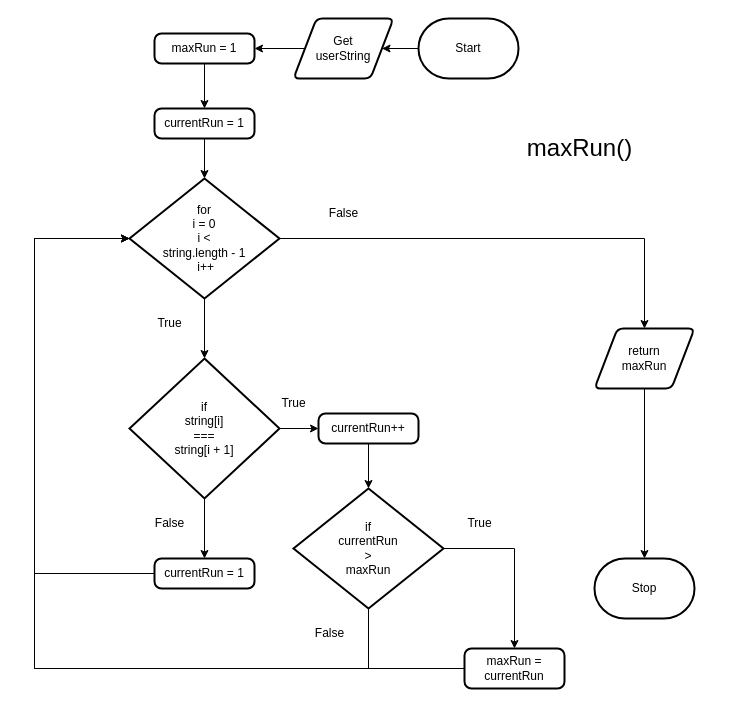
Above: design/flowchart.drawio in Curtis-Edwards/ICS4U-Assignment-2-Typescript (draw.io), before the change. Source tidied: cells renumbered, new cells numbered last; positions are measured from the earlier drawing's top-left corner, leaving out a move shared by most shapes. Both pictures are drawn from the tidied source at 100%, with x=0, y=0 at pixel (34, 18).
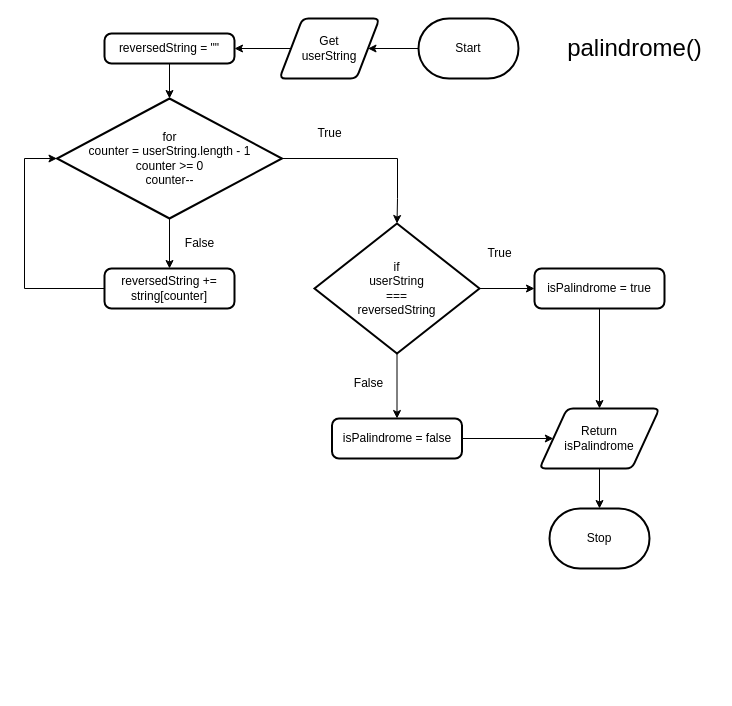
The same diagram, later.

What changed in the source:
```diff
@@
-    <mxCell id="4" value="Stop" style="strokeWidth=2;html=1;shape=mxgraph.flowchart.terminator;whiteSpace=wrap;" parent="1" vertex="1">
-      <mxGeometry x="560" y="540" width="100" height="60" as="geometry" />
-    </mxCell>
-    <mxCell id="5" style="edgeStyle=none;html=1;entryX=0.5;entryY=0;entryDx=0;entryDy=0;entryPerimeter=0;" parent="1" edge="1" source="7" target="14">
-      <mxGeometry relative="1" as="geometry" />
-    </mxCell>
-    <mxCell id="6" style="edgeStyle=orthogonalEdgeStyle;rounded=0;html=1;entryX=0.5;entryY=0;entryDx=0;entryDy=0;" parent="1" edge="1" source="7" target="25">
-      <mxGeometry relative="1" as="geometry" />
-    </mxCell>
+    <mxCell id="35" style="edgeStyle=orthogonalEdgeStyle;rounded=0;html=1;entryX=0.5;entryY=0;entryDx=0;entryDy=0;" parent="1" edge="1" source="7" target="38">
+      <mxGeometry relative="1" as="geometry" />
+    </mxCell>
+    <mxCell id="36" style="edgeStyle=orthogonalEdgeStyle;rounded=0;html=1;entryX=0.5;entryY=0;entryDx=0;entryDy=0;entryPerimeter=0;" parent="1" edge="1" source="7" target="43">
+      <mxGeometry relative="1" as="geometry">
+        <Array as="points">
+          <mxPoint x="363" y="140" />
+          <mxPoint x="363" y="180" />
+        </Array>
+      </mxGeometry>
+    </mxCell>
-    <mxCell id="7" value="for&lt;br&gt;i = 0&lt;br&gt;i &amp;lt; &lt;br&gt;string.length - 1&lt;br&gt;&amp;nbsp;i++" style="strokeWidth=2;html=1;shape=mxgraph.flowchart.decision;whiteSpace=wrap;" parent="1" vertex="1">
-      <mxGeometry x="95" y="160" width="150" height="120" as="geometry" />
+    <mxCell id="7" value="for&lt;br&gt;counter = userString.length - 1&lt;br&gt;counter &amp;gt;= 0&lt;br&gt;counter--" style="strokeWidth=2;html=1;shape=mxgraph.flowchart.decision;whiteSpace=wrap;" parent="1" vertex="1">
+      <mxGeometry x="22.5" y="80" width="225" height="120" as="geometry" />
     </mxCell>
-    <mxCell id="8" style="edgeStyle=none;html=1;" parent="1" edge="1" source="9" target="11">
-      <mxGeometry relative="1" as="geometry" />
-    </mxCell>
-    <mxCell id="9" value="maxRun = 1" style="rounded=1;whiteSpace=wrap;html=1;absoluteArcSize=1;arcSize=14;strokeWidth=2;" parent="1" vertex="1">
-      <mxGeometry x="120" y="15" width="100" height="30" as="geometry" />
-    </mxCell>
-    <mxCell id="10" style="edgeStyle=none;html=1;entryX=0.5;entryY=0;entryDx=0;entryDy=0;entryPerimeter=0;" parent="1" edge="1" source="11" target="7">
-      <mxGeometry relative="1" as="geometry" />
-    </mxCell>
+    <mxCell id="33" style="edgeStyle=orthogonalEdgeStyle;html=1;entryX=0.5;entryY=0;entryDx=0;entryDy=0;entryPerimeter=0;rounded=0;" parent="1" edge="1" source="11" target="7">
+      <mxGeometry relative="1" as="geometry" />
+    </mxCell>
-    <mxCell id="11" value="currentRun = 1" style="rounded=1;whiteSpace=wrap;html=1;absoluteArcSize=1;arcSize=14;strokeWidth=2;" parent="1" vertex="1">
-      <mxGeometry x="120" y="90" width="100" height="30" as="geometry" />
+    <mxCell id="11" value="&lt;div&gt;reversedString = &quot;&quot;&lt;/div&gt;" style="rounded=1;whiteSpace=wrap;html=1;absoluteArcSize=1;arcSize=14;strokeWidth=2;" parent="1" vertex="1">
+      <mxGeometry x="70" y="15" width="130" height="30" as="geometry" />
     </mxCell>
-    <mxCell id="12" style="edgeStyle=none;html=1;entryX=0;entryY=0.5;entryDx=0;entryDy=0;" parent="1" edge="1" source="14" target="18">
-      <mxGeometry relative="1" as="geometry" />
-    </mxCell>
-    <mxCell id="13" style="edgeStyle=orthogonalEdgeStyle;rounded=0;html=1;entryX=0.5;entryY=0;entryDx=0;entryDy=0;fontSize=24;" parent="1" edge="1" source="14" target="34">
-      <mxGeometry relative="1" as="geometry" />
-    </mxCell>
-    <mxCell id="14" value="if&lt;br&gt;string[i]&lt;br&gt;=== &lt;br&gt;string[i + 1]" style="strokeWidth=2;html=1;shape=mxgraph.flowchart.decision;whiteSpace=wrap;" parent="1" vertex="1">
-      <mxGeometry x="95" y="340" width="150" height="140" as="geometry" />
-    </mxCell>
-    <mxCell id="15" value="True" style="text;html=1;align=center;verticalAlign=middle;strokeColor=none;fillColor=none;" parent="1" vertex="1">
-      <mxGeometry x="110" y="290" width="50" height="30" as="geometry" />
-    </mxCell>
-    <mxCell id="16" value="False" style="text;html=1;align=center;verticalAlign=middle;strokeColor=none;fillColor=none;" parent="1" vertex="1">
-      <mxGeometry x="284" y="180" width="50" height="30" as="geometry" />
-    </mxCell>
-    <mxCell id="17" style="edgeStyle=none;html=1;entryX=0.5;entryY=0;entryDx=0;entryDy=0;entryPerimeter=0;" parent="1" edge="1" source="18" target="21">
-      <mxGeometry relative="1" as="geometry" />
-    </mxCell>
-    <mxCell id="18" value="currentRun++" style="rounded=1;whiteSpace=wrap;html=1;absoluteArcSize=1;arcSize=14;strokeWidth=2;" parent="1" vertex="1">
-      <mxGeometry x="284" y="395" width="100" height="30" as="geometry" />
-    </mxCell>
-    <mxCell id="19" style="edgeStyle=orthogonalEdgeStyle;html=1;entryX=0.5;entryY=0;entryDx=0;entryDy=0;rounded=0;" parent="1" edge="1" source="21" target="23">
-      <mxGeometry relative="1" as="geometry" />
-    </mxCell>
-    <mxCell id="20" style="edgeStyle=orthogonalEdgeStyle;rounded=0;html=1;entryX=0;entryY=0.5;entryDx=0;entryDy=0;entryPerimeter=0;" parent="1" edge="1" source="21" target="7">
-      <mxGeometry relative="1" as="geometry">
-        <Array as="points">
-          <mxPoint x="334" y="650" />
-          <mxPoint y="650" />
-          <mxPoint y="220" />
-        </Array>
-      </mxGeometry>
-    </mxCell>
-    <mxCell id="21" value="if&lt;br&gt;currentRun&lt;br&gt;&amp;gt;&lt;br&gt;maxRun" style="strokeWidth=2;html=1;shape=mxgraph.flowchart.decision;whiteSpace=wrap;" parent="1" vertex="1">
-      <mxGeometry x="259" y="470" width="150" height="120" as="geometry" />
-    </mxCell>
-    <mxCell id="22" style="edgeStyle=orthogonalEdgeStyle;rounded=0;html=1;entryX=0;entryY=0.5;entryDx=0;entryDy=0;entryPerimeter=0;" parent="1" edge="1" source="23" target="7">
-      <mxGeometry relative="1" as="geometry">
-        <Array as="points">
-          <mxPoint y="650" />
-          <mxPoint y="220" />
-        </Array>
-      </mxGeometry>
-    </mxCell>
-    <mxCell id="23" value="maxRun = currentRun" style="rounded=1;whiteSpace=wrap;html=1;absoluteArcSize=1;arcSize=14;strokeWidth=2;" parent="1" vertex="1">
-      <mxGeometry x="430" y="630" width="100" height="40" as="geometry" />
-    </mxCell>
-    <mxCell id="24" style="edgeStyle=orthogonalEdgeStyle;rounded=0;html=1;entryX=0.5;entryY=0;entryDx=0;entryDy=0;entryPerimeter=0;" parent="1" edge="1" source="25" target="4">
-      <mxGeometry relative="1" as="geometry" />
-    </mxCell>
-    <mxCell id="25" value="return&lt;br&gt;maxRun" style="shape=parallelogram;html=1;strokeWidth=2;perimeter=parallelogramPerimeter;whiteSpace=wrap;rounded=1;arcSize=12;size=0.23;" parent="1" vertex="1">
-      <mxGeometry x="560" y="310" width="100" height="60" as="geometry" />
-    </mxCell>
-    <mxCell id="26" style="edgeStyle=orthogonalEdgeStyle;rounded=0;html=1;entryX=1;entryY=0.5;entryDx=0;entryDy=0;" parent="1" edge="1" source="27" target="9">
+    <mxCell id="26" style="edgeStyle=orthogonalEdgeStyle;rounded=0;html=1;entryX=1;entryY=0.5;entryDx=0;entryDy=0;" parent="1" edge="1" source="27" target="11">
       <mxGeometry relative="1" as="geometry" />
     </mxCell>
     <mxCell id="27" value="Get&lt;br&gt;userString" style="shape=parallelogram;html=1;strokeWidth=2;perimeter=parallelogramPerimeter;whiteSpace=wrap;rounded=1;arcSize=12;size=0.23;" parent="1" vertex="1">
-      <mxGeometry x="259" width="100" height="60" as="geometry" />
+      <mxGeometry x="245" width="100" height="60" as="geometry" />
     </mxCell>
-    <mxCell id="28" value="True" style="text;html=1;align=center;verticalAlign=middle;strokeColor=none;fillColor=none;" parent="1" vertex="1">
-      <mxGeometry x="234" y="370" width="50" height="30" as="geometry" />
-    </mxCell>
-    <mxCell id="29" value="True" style="text;html=1;align=center;verticalAlign=middle;strokeColor=none;fillColor=none;" parent="1" vertex="1">
-      <mxGeometry x="420" y="490" width="50" height="30" as="geometry" />
-    </mxCell>
-    <mxCell id="30" value="False" style="text;html=1;align=center;verticalAlign=middle;strokeColor=none;fillColor=none;" parent="1" vertex="1">
-      <mxGeometry x="110" y="490" width="50" height="30" as="geometry" />
-    </mxCell>
-    <mxCell id="31" value="False" style="text;html=1;align=center;verticalAlign=middle;strokeColor=none;fillColor=none;" parent="1" vertex="1">
-      <mxGeometry x="270" y="600" width="50" height="30" as="geometry" />
-    </mxCell>
-    <mxCell id="32" value="&lt;font style=&quot;font-size: 24px;&quot;&gt;maxRun()&lt;/font&gt;" style="text;html=1;align=center;verticalAlign=middle;strokeColor=none;fillColor=none;" parent="1" vertex="1">
-      <mxGeometry x="480" y="110" width="130" height="40" as="geometry" />
+    <mxCell id="32" value="&lt;font style=&quot;font-size: 24px;&quot;&gt;palindrome()&lt;/font&gt;" style="text;html=1;align=center;verticalAlign=middle;strokeColor=none;fillColor=none;" parent="1" vertex="1">
+      <mxGeometry x="520" y="10" width="160" height="40" as="geometry" />
     </mxCell>
-    <mxCell id="33" style="edgeStyle=orthogonalEdgeStyle;rounded=0;html=1;entryX=0;entryY=0.5;entryDx=0;entryDy=0;entryPerimeter=0;fontSize=24;" parent="1" edge="1" source="34" target="7">
-      <mxGeometry relative="1" as="geometry">
-        <Array as="points">
-          <mxPoint y="555" />
-          <mxPoint y="220" />
-        </Array>
-      </mxGeometry>
-    </mxCell>
-    <mxCell id="34" value="&lt;div&gt;currentRun = 1&lt;/div&gt;" style="rounded=1;whiteSpace=wrap;html=1;absoluteArcSize=1;arcSize=14;strokeWidth=2;" parent="1" vertex="1">
-      <mxGeometry x="120" y="540" width="100" height="30" as="geometry" />
-    </mxCell>
+    <mxCell id="37" style="edgeStyle=orthogonalEdgeStyle;rounded=0;html=1;entryX=0;entryY=0.5;entryDx=0;entryDy=0;entryPerimeter=0;" parent="1" edge="1" source="38" target="7">
+      <mxGeometry relative="1" as="geometry">
+        <Array as="points">
+          <mxPoint x="-10" y="270" />
+          <mxPoint x="-10" y="140" />
+        </Array>
+      </mxGeometry>
+    </mxCell>
+    <mxCell id="38" value="&lt;div&gt;reversedString += string[counter]&lt;/div&gt;" style="rounded=1;whiteSpace=wrap;html=1;absoluteArcSize=1;arcSize=14;strokeWidth=2;" parent="1" vertex="1">
+      <mxGeometry x="70" y="250" width="130" height="40" as="geometry" />
+    </mxCell>
+    <mxCell id="39" value="False" style="text;html=1;align=center;verticalAlign=middle;strokeColor=none;fillColor=none;" parent="1" vertex="1">
+      <mxGeometry x="140" y="210" width="50" height="30" as="geometry" />
+    </mxCell>
+    <mxCell id="40" value="True" style="text;html=1;align=center;verticalAlign=middle;strokeColor=none;fillColor=none;" parent="1" vertex="1">
+      <mxGeometry x="270" y="100" width="50" height="30" as="geometry" />
+    </mxCell>
+    <mxCell id="41" style="edgeStyle=orthogonalEdgeStyle;rounded=0;html=1;entryX=0.5;entryY=0;entryDx=0;entryDy=0;" parent="1" edge="1" source="43" target="47">
+      <mxGeometry relative="1" as="geometry" />
+    </mxCell>
+    <mxCell id="42" style="edgeStyle=orthogonalEdgeStyle;rounded=0;html=1;entryX=0;entryY=0.5;entryDx=0;entryDy=0;" parent="1" edge="1" source="43" target="45">
+      <mxGeometry relative="1" as="geometry" />
+    </mxCell>
+    <mxCell id="43" value="&lt;div&gt;if&lt;/div&gt;&lt;div&gt;userString&lt;/div&gt;&lt;div&gt;===&lt;/div&gt;&lt;div&gt;reversedString&lt;/div&gt;" style="strokeWidth=2;html=1;shape=mxgraph.flowchart.decision;whiteSpace=wrap;" parent="1" vertex="1">
+      <mxGeometry x="280" y="205" width="165" height="130" as="geometry" />
+    </mxCell>
+    <mxCell id="44" style="edgeStyle=orthogonalEdgeStyle;rounded=0;html=1;entryX=0.5;entryY=0;entryDx=0;entryDy=0;" parent="1" edge="1" source="45" target="49">
+      <mxGeometry relative="1" as="geometry" />
+    </mxCell>
+    <mxCell id="45" value="&lt;div&gt;isPalindrome = true&lt;/div&gt;" style="rounded=1;whiteSpace=wrap;html=1;absoluteArcSize=1;arcSize=14;strokeWidth=2;" parent="1" vertex="1">
+      <mxGeometry x="500" y="250" width="130" height="40" as="geometry" />
+    </mxCell>
+    <mxCell id="46" style="edgeStyle=orthogonalEdgeStyle;rounded=0;html=1;entryX=0;entryY=0.5;entryDx=0;entryDy=0;" parent="1" edge="1" source="47" target="49">
+      <mxGeometry relative="1" as="geometry" />
+    </mxCell>
+    <mxCell id="47" value="&lt;div&gt;isPalindrome = false&lt;/div&gt;" style="rounded=1;whiteSpace=wrap;html=1;absoluteArcSize=1;arcSize=14;strokeWidth=2;" parent="1" vertex="1">
+      <mxGeometry x="297.5" y="400" width="130" height="40" as="geometry" />
+    </mxCell>
+    <mxCell id="48" style="edgeStyle=orthogonalEdgeStyle;rounded=0;html=1;entryX=0.5;entryY=0;entryDx=0;entryDy=0;entryPerimeter=0;" parent="1" edge="1" source="49" target="4">
+      <mxGeometry relative="1" as="geometry" />
+    </mxCell>
+    <mxCell id="49" value="Return&lt;br&gt;isPalindrome" style="shape=parallelogram;html=1;strokeWidth=2;perimeter=parallelogramPerimeter;whiteSpace=wrap;rounded=1;arcSize=12;size=0.23;" parent="1" vertex="1">
+      <mxGeometry x="505" y="390" width="120" height="60" as="geometry" />
+    </mxCell>
+    <mxCell id="4" value="Stop" style="strokeWidth=2;html=1;shape=mxgraph.flowchart.terminator;whiteSpace=wrap;" parent="1" vertex="1">
+      <mxGeometry x="515" y="490" width="100" height="60" as="geometry" />
+    </mxCell>
+    <mxCell id="50" value="True" style="text;html=1;align=center;verticalAlign=middle;strokeColor=none;fillColor=none;" parent="1" vertex="1">
+      <mxGeometry x="440" y="220" width="50" height="30" as="geometry" />
+    </mxCell>
+    <mxCell id="51" value="False" style="text;html=1;align=center;verticalAlign=middle;strokeColor=none;fillColor=none;" parent="1" vertex="1">
+      <mxGeometry x="309" y="350" width="50" height="30" as="geometry" />
+    </mxCell>
```
